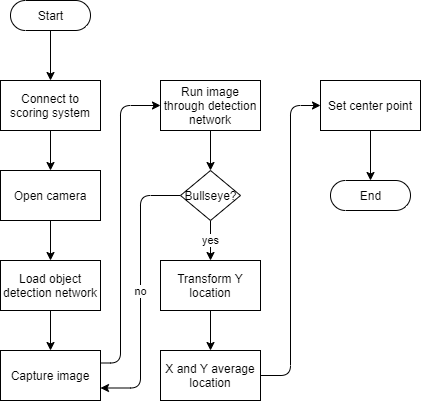
Earlier version of the draw.io export imaging/documentation/Idle_Start_Logic.png (kparlak/dart-scoring-system). Source tidied: cells renumbered, new cells last; positions are measured from the earlier drawing's top-left corner, leaving out a move shared by most shapes. Its diagram source:
```xml
<mxGraphModel>
  <root>
    <mxCell id="0" />
    <mxCell id="1" parent="0" />
    <mxCell id="2" style="edgeStyle=orthogonalEdgeStyle;rounded=1;jettySize=auto;html=1;exitX=0.5;exitY=0.5;exitDx=0;exitDy=15;exitPerimeter=0;entryX=0.5;entryY=0;entryDx=0;entryDy=0;strokeColor=#000000;" parent="1" edge="1" source="3" target="10">
      <mxGeometry relative="1" as="geometry" />
    </mxCell>
    <mxCell id="3" value="Start" style="html=1;dashed=0;whitespace=wrap;shape=mxgraph.dfd.start;" parent="1" vertex="1">
      <mxGeometry x="10" width="80" height="30" as="geometry" />
    </mxCell>
    <mxCell id="4" style="edgeStyle=orthogonalEdgeStyle;rounded=1;jettySize=auto;html=1;exitX=0.5;exitY=1;exitDx=0;exitDy=0;entryX=0.5;entryY=0;entryDx=0;entryDy=0;strokeColor=#000000;" parent="1" edge="1" source="5" target="7">
      <mxGeometry relative="1" as="geometry" />
    </mxCell>
    <mxCell id="5" value="Open camera" style="html=1;dashed=0;whitespace=wrap;whiteSpace=wrap;" parent="1" vertex="1">
      <mxGeometry y="170" width="100" height="50" as="geometry" />
    </mxCell>
    <mxCell id="6" style="edgeStyle=orthogonalEdgeStyle;rounded=1;jettySize=auto;html=1;exitX=0.5;exitY=1;exitDx=0;exitDy=0;entryX=0.5;entryY=0;entryDx=0;entryDy=0;strokeColor=#000000;" parent="1" edge="1" source="7" target="12">
      <mxGeometry relative="1" as="geometry" />
    </mxCell>
    <mxCell id="7" value="Load object detection network" style="html=1;dashed=0;whitespace=wrap;whiteSpace=wrap;" parent="1" vertex="1">
      <mxGeometry y="260" width="100" height="50" as="geometry" />
    </mxCell>
    <mxCell id="8" value="End" style="html=1;dashed=0;whitespace=wrap;shape=mxgraph.dfd.start;" parent="1" vertex="1">
      <mxGeometry x="330" y="180" width="80" height="30" as="geometry" />
    </mxCell>
    <mxCell id="9" style="edgeStyle=orthogonalEdgeStyle;rounded=1;jettySize=auto;html=1;exitX=0.5;exitY=1;exitDx=0;exitDy=0;entryX=0.5;entryY=0;entryDx=0;entryDy=0;strokeColor=#000000;" parent="1" edge="1" source="10" target="5">
      <mxGeometry relative="1" as="geometry" />
    </mxCell>
    <mxCell id="10" value="Connect to scoring system" style="html=1;dashed=0;whitespace=wrap;whiteSpace=wrap;" parent="1" vertex="1">
      <mxGeometry y="80" width="100" height="50" as="geometry" />
    </mxCell>
    <mxCell id="11" style="edgeStyle=orthogonalEdgeStyle;rounded=1;jettySize=auto;html=1;exitX=1;exitY=0.25;exitDx=0;exitDy=0;entryX=0;entryY=0.5;entryDx=0;entryDy=0;strokeColor=#000000;" parent="1" edge="1" source="12" target="14">
      <mxGeometry relative="1" as="geometry">
        <Array as="points">
          <mxPoint x="120" y="363" />
          <mxPoint x="120" y="105" />
        </Array>
      </mxGeometry>
    </mxCell>
    <mxCell id="12" value="Capture image" style="html=1;dashed=0;whitespace=wrap;whiteSpace=wrap;" parent="1" vertex="1">
      <mxGeometry y="350" width="100" height="50" as="geometry" />
    </mxCell>
    <mxCell id="13" style="edgeStyle=orthogonalEdgeStyle;rounded=1;jettySize=auto;html=1;exitX=0.5;exitY=1;exitDx=0;exitDy=0;entryX=0.5;entryY=0;entryDx=0;entryDy=0;strokeColor=#000000;" parent="1" edge="1" source="14" target="17">
      <mxGeometry relative="1" as="geometry" />
    </mxCell>
    <mxCell id="14" value="Run image through detection network" style="html=1;dashed=0;whitespace=wrap;whiteSpace=wrap;" parent="1" vertex="1">
      <mxGeometry x="160" y="80" width="100" height="50" as="geometry" />
    </mxCell>
    <mxCell id="15" value="no" style="edgeStyle=orthogonalEdgeStyle;rounded=1;jettySize=auto;html=1;exitX=0;exitY=0.5;exitDx=0;exitDy=0;entryX=1;entryY=0.75;entryDx=0;entryDy=0;strokeColor=#000000;" parent="1" edge="1" source="17" target="12">
      <mxGeometry relative="1" as="geometry" />
    </mxCell>
    <mxCell id="16" value="yes" style="edgeStyle=orthogonalEdgeStyle;rounded=0;jettySize=auto;html=1;exitX=0.5;exitY=1;exitDx=0;exitDy=0;entryX=0.5;entryY=0;entryDx=0;entryDy=0;" parent="1" edge="1" source="17" target="23">
      <mxGeometry relative="1" as="geometry" />
    </mxCell>
    <mxCell id="17" value="Bullseye?" style="shape=rhombus;html=1;dashed=0;whitespace=wrap;perimeter=rhombusPerimeter;" parent="1" vertex="1">
      <mxGeometry x="180" y="170" width="60" height="50" as="geometry" />
    </mxCell>
    <mxCell id="18" style="edgeStyle=orthogonalEdgeStyle;rounded=1;jettySize=auto;html=1;exitX=0.5;exitY=1;exitDx=0;exitDy=0;entryX=0.5;entryY=0.5;entryDx=0;entryDy=-15;entryPerimeter=0;" parent="1" edge="1" source="19" target="8">
      <mxGeometry relative="1" as="geometry" />
    </mxCell>
    <mxCell id="19" value="Set center point" style="html=1;dashed=0;whitespace=wrap;whiteSpace=wrap;" parent="1" vertex="1">
      <mxGeometry x="320" y="80" width="100" height="50" as="geometry" />
    </mxCell>
    <mxCell id="20" style="edgeStyle=orthogonalEdgeStyle;rounded=1;jettySize=auto;html=1;exitX=1;exitY=0.5;exitDx=0;exitDy=0;entryX=0;entryY=0.5;entryDx=0;entryDy=0;" parent="1" edge="1" source="21" target="19">
      <mxGeometry relative="1" as="geometry" />
    </mxCell>
    <mxCell id="21" value="X and Y average location" style="html=1;dashed=0;whitespace=wrap;whiteSpace=wrap;" parent="1" vertex="1">
      <mxGeometry x="160" y="350" width="100" height="50" as="geometry" />
    </mxCell>
    <mxCell id="22" style="edgeStyle=orthogonalEdgeStyle;rounded=0;jettySize=auto;html=1;exitX=0.5;exitY=1;exitDx=0;exitDy=0;entryX=0.5;entryY=0;entryDx=0;entryDy=0;" parent="1" edge="1" source="23" target="21">
      <mxGeometry relative="1" as="geometry" />
    </mxCell>
    <mxCell id="23" value="Transform Y location" style="html=1;dashed=0;whitespace=wrap;whiteSpace=wrap;" parent="1" vertex="1">
      <mxGeometry x="160" y="260" width="100" height="50" as="geometry" />
    </mxCell>
  </root>
</mxGraphModel>
```
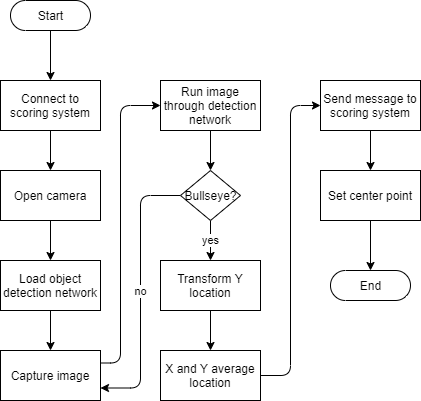
Later version of the same file.

Change to the diagram source:
```diff
@@ -21,7 +21,7 @@
       <mxGeometry y="260" width="100" height="50" as="geometry" />
     </mxCell>
     <mxCell id="8" value="End" style="html=1;dashed=0;whitespace=wrap;shape=mxgraph.dfd.start;" parent="1" vertex="1">
-      <mxGeometry x="330" y="180" width="80" height="30" as="geometry" />
+      <mxGeometry x="330" y="270" width="80" height="30" as="geometry" />
     </mxCell>
     <mxCell id="9" style="edgeStyle=orthogonalEdgeStyle;rounded=1;jettySize=auto;html=1;exitX=0.5;exitY=1;exitDx=0;exitDy=0;entryX=0.5;entryY=0;entryDx=0;entryDy=0;strokeColor=#000000;" parent="1" edge="1" source="10" target="5">
       <mxGeometry relative="1" as="geometry" />
@@ -59,9 +59,9 @@
       <mxGeometry relative="1" as="geometry" />
     </mxCell>
     <mxCell id="19" value="Set center point" style="html=1;dashed=0;whitespace=wrap;whiteSpace=wrap;" parent="1" vertex="1">
-      <mxGeometry x="320" y="80" width="100" height="50" as="geometry" />
+      <mxGeometry x="320" y="170" width="100" height="50" as="geometry" />
     </mxCell>
-    <mxCell id="20" style="edgeStyle=orthogonalEdgeStyle;rounded=1;jettySize=auto;html=1;exitX=1;exitY=0.5;exitDx=0;exitDy=0;entryX=0;entryY=0.5;entryDx=0;entryDy=0;" parent="1" edge="1" source="21" target="19">
+    <mxCell id="20" style="edgeStyle=orthogonalEdgeStyle;rounded=1;jettySize=auto;html=1;exitX=1;exitY=0.5;exitDx=0;exitDy=0;entryX=0;entryY=0.5;entryDx=0;entryDy=0;" parent="1" edge="1" source="21" target="25">
       <mxGeometry relative="1" as="geometry" />
     </mxCell>
     <mxCell id="21" value="X and Y average location" style="html=1;dashed=0;whitespace=wrap;whiteSpace=wrap;" parent="1" vertex="1">
@@ -73,5 +73,11 @@
     <mxCell id="23" value="Transform Y location" style="html=1;dashed=0;whitespace=wrap;whiteSpace=wrap;" parent="1" vertex="1">
       <mxGeometry x="160" y="260" width="100" height="50" as="geometry" />
     </mxCell>
+    <mxCell id="24" style="edgeStyle=orthogonalEdgeStyle;rounded=0;jettySize=auto;html=1;exitX=0.5;exitY=1;exitDx=0;exitDy=0;entryX=0.5;entryY=0;entryDx=0;entryDy=0;" parent="1" edge="1" source="25" target="19">
+      <mxGeometry relative="1" as="geometry" />
+    </mxCell>
+    <mxCell id="25" value="Send message to scoring system" style="html=1;dashed=0;whitespace=wrap;whiteSpace=wrap;" parent="1" vertex="1">
+      <mxGeometry x="320" y="80" width="100" height="50" as="geometry" />
+    </mxCell>
   </root>
 </mxGraphModel>
```
